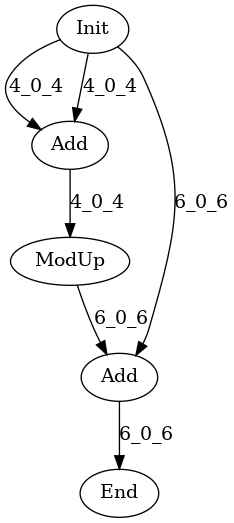
This is data/graph_poly.dot.png from hal-lab-u-tokyo/PolyFHE, a Graphviz export, as it was before one commit. Its source is kept beside it as data/graph_poly.dot.
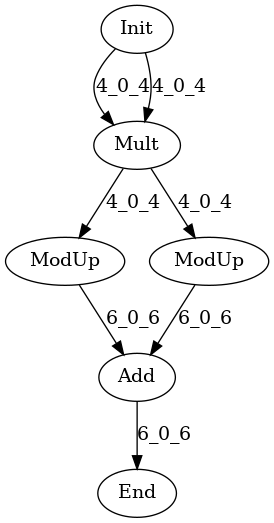
After the change.

The edit, as a diff of the source:
```diff
@@ -1,13 +1,15 @@
 digraph G {
 Init[label="Init"];
-Add0[label="Add"];
 End[label="End"];
+Mult[label="Mult"];
 Add[label="Add"];
 ModUp[label="ModUp"];
-Init -> Add0[label="4_0_4"];
-Init -> Add0[label="4_0_4"];
-Add0 -> ModUp[label="4_0_4"];
-Init -> Add[label="6_0_6"];
+ModUp2[label="ModUp"];
+Init -> Mult[label="4_0_4"];
+Init -> Mult[label="4_0_4"];
+Mult -> ModUp[label="4_0_4"];
+Mult -> ModUp2[label="4_0_4"];
 ModUp -> Add[label="6_0_6"];
+ModUp2 -> Add[label="6_0_6"];
 Add -> End[label="6_0_6"];
 }
```
